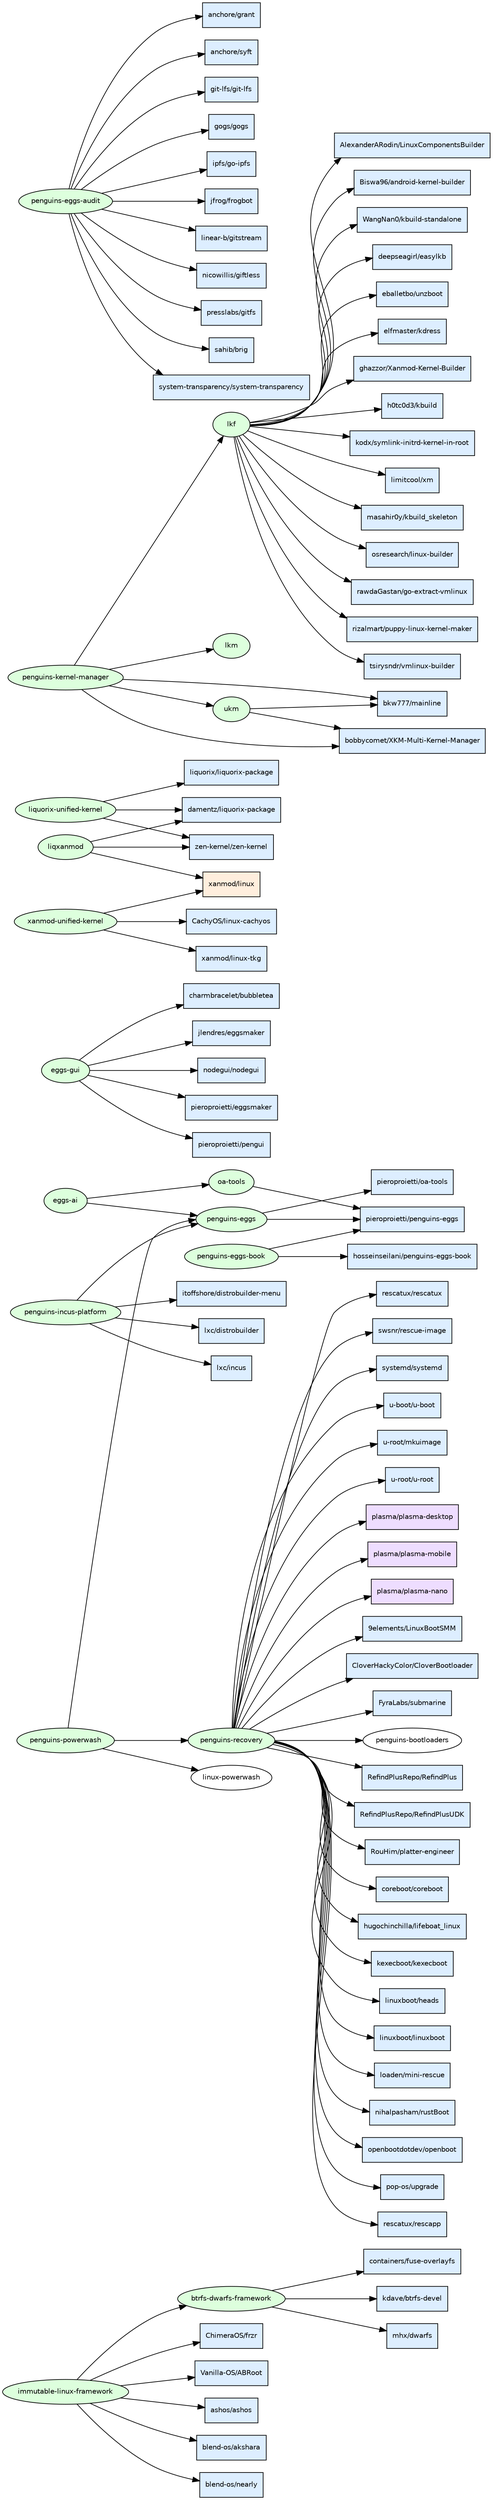
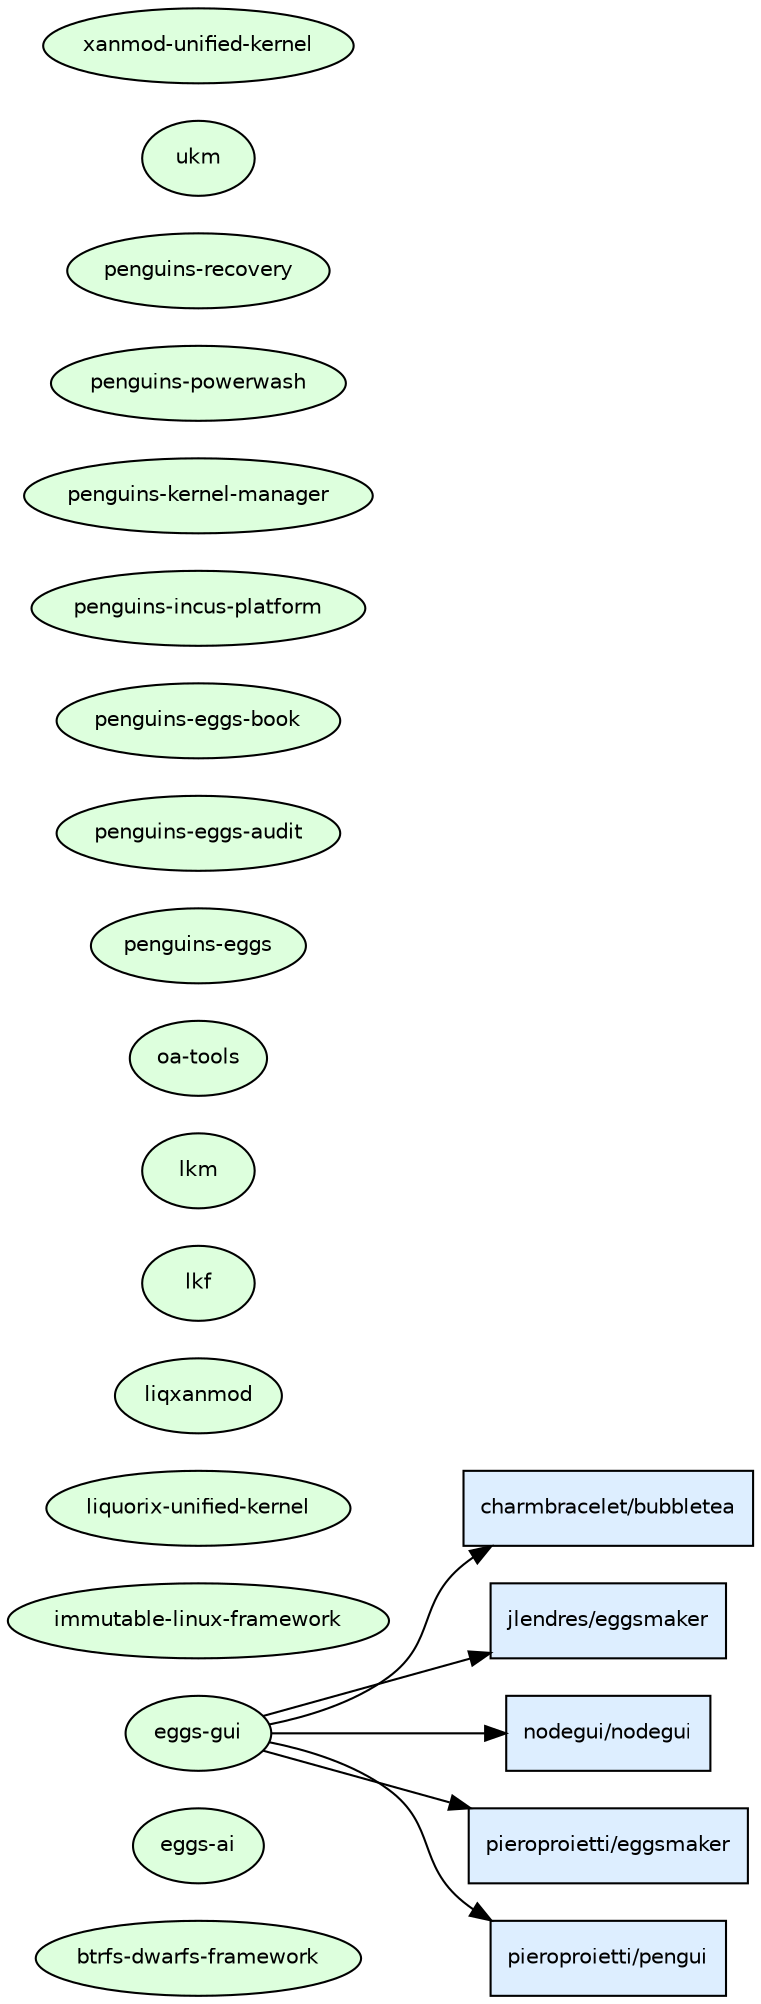
digraph osp_origins {
  rankdir=LR;
  node [fontname="Helvetica", fontsize=10];
  edge [fontsize=8];

  // OSP-bound repos (source nodes)
  "btrfs-dwarfs-framework" [shape=ellipse, style=filled, fillcolor="#ddffdd"];
  "eggs-ai" [shape=ellipse, style=filled, fillcolor="#ddffdd"];
  "eggs-gui" [shape=ellipse, style=filled, fillcolor="#ddffdd"];
  "immutable-linux-framework" [shape=ellipse, style=filled, fillcolor="#ddffdd"];
  "liquorix-unified-kernel" [shape=ellipse, style=filled, fillcolor="#ddffdd"];
  "liqxanmod" [shape=ellipse, style=filled, fillcolor="#ddffdd"];
  "lkf" [shape=ellipse, style=filled, fillcolor="#ddffdd"];
  "lkm" [shape=ellipse, style=filled, fillcolor="#ddffdd"];
  "oa-tools" [shape=ellipse, style=filled, fillcolor="#ddffdd"];
  "penguins-eggs" [shape=ellipse, style=filled, fillcolor="#ddffdd"];
  "penguins-eggs-audit" [shape=ellipse, style=filled, fillcolor="#ddffdd"];
  "penguins-eggs-book" [shape=ellipse, style=filled, fillcolor="#ddffdd"];
  "penguins-incus-platform" [shape=ellipse, style=filled, fillcolor="#ddffdd"];
  "penguins-kernel-manager" [shape=ellipse, style=filled, fillcolor="#ddffdd"];
  "penguins-powerwash" [shape=ellipse, style=filled, fillcolor="#ddffdd"];
  "penguins-recovery" [shape=ellipse, style=filled, fillcolor="#ddffdd"];
  "ukm" [shape=ellipse, style=filled, fillcolor="#ddffdd"];
  "xanmod-unified-kernel" [shape=ellipse, style=filled, fillcolor="#ddffdd"];

  // Edges and external nodes
-   "containers__fuse-overlayfs" [label="containers/fuse-overlayfs", shape=box, style=filled, fillcolor="#ddeeff"];
-   "btrfs-dwarfs-framework" -> "containers__fuse-overlayfs";
-   "kdave__btrfs-devel" [label="kdave/btrfs-devel", shape=box, style=filled, fillcolor="#ddeeff"];
-   "btrfs-dwarfs-framework" -> "kdave__btrfs-devel";
-   "mhx__dwarfs" [label="mhx/dwarfs", shape=box, style=filled, fillcolor="#ddeeff"];
-   "btrfs-dwarfs-framework" -> "mhx__dwarfs";
-   "eggs-ai" -> "oa-tools";
-   "eggs-ai" -> "penguins-eggs";
  "charmbracelet__bubbletea" [label="charmbracelet/bubbletea", shape=box, style=filled, fillcolor="#ddeeff"];
  "eggs-gui" -> "charmbracelet__bubbletea";
  "jlendres__eggsmaker" [label="jlendres/eggsmaker", shape=box, style=filled, fillcolor="#ddeeff"];
  "eggs-gui" -> "jlendres__eggsmaker";
  "nodegui__nodegui" [label="nodegui/nodegui", shape=box, style=filled, fillcolor="#ddeeff"];
  "eggs-gui" -> "nodegui__nodegui";
  "pieroproietti__eggsmaker" [label="pieroproietti/eggsmaker", shape=box, style=filled, fillcolor="#ddeeff"];
  "eggs-gui" -> "pieroproietti__eggsmaker";
  "pieroproietti__pengui" [label="pieroproietti/pengui", shape=box, style=filled, fillcolor="#ddeeff"];
  "eggs-gui" -> "pieroproietti__pengui";
-   "ChimeraOS__frzr" [label="ChimeraOS/frzr", shape=box, style=filled, fillcolor="#ddeeff"];
-   "immutable-linux-framework" -> "ChimeraOS__frzr";
-   "immutable-linux-framework" -> "btrfs-dwarfs-framework";
-   "Vanilla-OS__ABRoot" [label="Vanilla-OS/ABRoot", shape=box, style=filled, fillcolor="#ddeeff"];
-   "immutable-linux-framework" -> "Vanilla-OS__ABRoot";
-   "ashos__ashos" [label="ashos/ashos", shape=box, style=filled, fillcolor="#ddeeff"];
-   "immutable-linux-framework" -> "ashos__ashos";
-   "blend-os__akshara" [label="blend-os/akshara", shape=box, style=filled, fillcolor="#ddeeff"];
-   "immutable-linux-framework" -> "blend-os__akshara";
-   "blend-os__nearly" [label="blend-os/nearly", shape=box, style=filled, fillcolor="#ddeeff"];
-   "immutable-linux-framework" -> "blend-os__nearly";
-   "damentz__liquorix-package" [label="damentz/liquorix-package", shape=box, style=filled, fillcolor="#ddeeff"];
-   "liquorix-unified-kernel" -> "damentz__liquorix-package";
-   "liquorix__liquorix-package" [label="liquorix/liquorix-package", shape=box, style=filled, fillcolor="#ddeeff"];
-   "liquorix-unified-kernel" -> "liquorix__liquorix-package";
-   "zen-kernel__zen-kernel" [label="zen-kernel/zen-kernel", shape=box, style=filled, fillcolor="#ddeeff"];
-   "liquorix-unified-kernel" -> "zen-kernel__zen-kernel";
-   "liqxanmod" -> "damentz__liquorix-package";
-   "liqxanmod" -> "zen-kernel__zen-kernel";
-   "xanmod__linux" [label="xanmod/linux", shape=box, style=filled, fillcolor="#ffeedd"];
-   "liqxanmod" -> "xanmod__linux";
-   "AlexanderARodin__LinuxComponentsBuilder" [label="AlexanderARodin/LinuxComponentsBuilder", shape=box, style=filled, fillcolor="#ddeeff"];
-   "lkf" -> "AlexanderARodin__LinuxComponentsBuilder";
-   "Biswa96__android-kernel-builder" [label="Biswa96/android-kernel-builder", shape=box, style=filled, fillcolor="#ddeeff"];
-   "lkf" -> "Biswa96__android-kernel-builder";
-   "WangNan0__kbuild-standalone" [label="WangNan0/kbuild-standalone", shape=box, style=filled, fillcolor="#ddeeff"];
-   "lkf" -> "WangNan0__kbuild-standalone";
-   "deepseagirl__easylkb" [label="deepseagirl/easylkb", shape=box, style=filled, fillcolor="#ddeeff"];
-   "lkf" -> "deepseagirl__easylkb";
-   "eballetbo__unzboot" [label="eballetbo/unzboot", shape=box, style=filled, fillcolor="#ddeeff"];
-   "lkf" -> "eballetbo__unzboot";
-   "elfmaster__kdress" [label="elfmaster/kdress", shape=box, style=filled, fillcolor="#ddeeff"];
-   "lkf" -> "elfmaster__kdress";
-   "ghazzor__Xanmod-Kernel-Builder" [label="ghazzor/Xanmod-Kernel-Builder", shape=box, style=filled, fillcolor="#ddeeff"];
-   "lkf" -> "ghazzor__Xanmod-Kernel-Builder";
-   "h0tc0d3__kbuild" [label="h0tc0d3/kbuild", shape=box, style=filled, fillcolor="#ddeeff"];
-   "lkf" -> "h0tc0d3__kbuild";
-   "kodx__symlink-initrd-kernel-in-root" [label="kodx/symlink-initrd-kernel-in-root", shape=box, style=filled, fillcolor="#ddeeff"];
-   "lkf" -> "kodx__symlink-initrd-kernel-in-root";
-   "limitcool__xm" [label="limitcool/xm", shape=box, style=filled, fillcolor="#ddeeff"];
-   "lkf" -> "limitcool__xm";
-   "masahir0y__kbuild_skeleton" [label="masahir0y/kbuild_skeleton", shape=box, style=filled, fillcolor="#ddeeff"];
-   "lkf" -> "masahir0y__kbuild_skeleton";
-   "osresearch__linux-builder" [label="osresearch/linux-builder", shape=box, style=filled, fillcolor="#ddeeff"];
-   "lkf" -> "osresearch__linux-builder";
-   "rawdaGastan__go-extract-vmlinux" [label="rawdaGastan/go-extract-vmlinux", shape=box, style=filled, fillcolor="#ddeeff"];
-   "lkf" -> "rawdaGastan__go-extract-vmlinux";
-   "rizalmart__puppy-linux-kernel-maker" [label="rizalmart/puppy-linux-kernel-maker", shape=box, style=filled, fillcolor="#ddeeff"];
-   "lkf" -> "rizalmart__puppy-linux-kernel-maker";
-   "tsirysndr__vmlinux-builder" [label="tsirysndr/vmlinux-builder", shape=box, style=filled, fillcolor="#ddeeff"];
-   "lkf" -> "tsirysndr__vmlinux-builder";
-   "pieroproietti__penguins-eggs" [label="pieroproietti/penguins-eggs", shape=box, style=filled, fillcolor="#ddeeff"];
-   "oa-tools" -> "pieroproietti__penguins-eggs";
-   "pieroproietti__oa-tools" [label="pieroproietti/oa-tools", shape=box, style=filled, fillcolor="#ddeeff"];
-   "penguins-eggs" -> "pieroproietti__oa-tools";
-   "penguins-eggs" -> "pieroproietti__penguins-eggs";
-   "anchore__grant" [label="anchore/grant", shape=box, style=filled, fillcolor="#ddeeff"];
-   "penguins-eggs-audit" -> "anchore__grant";
-   "anchore__syft" [label="anchore/syft", shape=box, style=filled, fillcolor="#ddeeff"];
-   "penguins-eggs-audit" -> "anchore__syft";
-   "git-lfs__git-lfs" [label="git-lfs/git-lfs", shape=box, style=filled, fillcolor="#ddeeff"];
-   "penguins-eggs-audit" -> "git-lfs__git-lfs";
-   "gogs__gogs" [label="gogs/gogs", shape=box, style=filled, fillcolor="#ddeeff"];
-   "penguins-eggs-audit" -> "gogs__gogs";
-   "ipfs__go-ipfs" [label="ipfs/go-ipfs", shape=box, style=filled, fillcolor="#ddeeff"];
-   "penguins-eggs-audit" -> "ipfs__go-ipfs";
-   "jfrog__frogbot" [label="jfrog/frogbot", shape=box, style=filled, fillcolor="#ddeeff"];
-   "penguins-eggs-audit" -> "jfrog__frogbot";
-   "linear-b__gitstream" [label="linear-b/gitstream", shape=box, style=filled, fillcolor="#ddeeff"];
-   "penguins-eggs-audit" -> "linear-b__gitstream";
-   "nicowillis__giftless" [label="nicowillis/giftless", shape=box, style=filled, fillcolor="#ddeeff"];
-   "penguins-eggs-audit" -> "nicowillis__giftless";
-   "presslabs__gitfs" [label="presslabs/gitfs", shape=box, style=filled, fillcolor="#ddeeff"];
-   "penguins-eggs-audit" -> "presslabs__gitfs";
-   "sahib__brig" [label="sahib/brig", shape=box, style=filled, fillcolor="#ddeeff"];
-   "penguins-eggs-audit" -> "sahib__brig";
-   "system-transparency__system-transparency" [label="system-transparency/system-transparency", shape=box, style=filled, fillcolor="#ddeeff"];
-   "penguins-eggs-audit" -> "system-transparency__system-transparency";
-   "hosseinseilani__penguins-eggs-book" [label="hosseinseilani/penguins-eggs-book", shape=box, style=filled, fillcolor="#ddeeff"];
-   "penguins-eggs-book" -> "hosseinseilani__penguins-eggs-book";
-   "penguins-eggs-book" -> "pieroproietti__penguins-eggs";
-   "penguins-incus-platform" -> "penguins-eggs";
-   "itoffshore__distrobuilder-menu" [label="itoffshore/distrobuilder-menu", shape=box, style=filled, fillcolor="#ddeeff"];
-   "penguins-incus-platform" -> "itoffshore__distrobuilder-menu";
-   "lxc__distrobuilder" [label="lxc/distrobuilder", shape=box, style=filled, fillcolor="#ddeeff"];
-   "penguins-incus-platform" -> "lxc__distrobuilder";
-   "lxc__incus" [label="lxc/incus", shape=box, style=filled, fillcolor="#ddeeff"];
-   "penguins-incus-platform" -> "lxc__incus";
-   "penguins-kernel-manager" -> "lkf";
-   "penguins-kernel-manager" -> "lkm";
-   "penguins-kernel-manager" -> "ukm";
-   "bkw777__mainline" [label="bkw777/mainline", shape=box, style=filled, fillcolor="#ddeeff"];
-   "penguins-kernel-manager" -> "bkw777__mainline";
-   "bobbycomet__XKM-Multi-Kernel-Manager" [label="bobbycomet/XKM-Multi-Kernel-Manager", shape=box, style=filled, fillcolor="#ddeeff"];
-   "penguins-kernel-manager" -> "bobbycomet__XKM-Multi-Kernel-Manager";
-   "penguins-powerwash" -> "linux-powerwash";
-   "penguins-powerwash" -> "penguins-eggs";
-   "penguins-powerwash" -> "penguins-recovery";
-   "9elements__LinuxBootSMM" [label="9elements/LinuxBootSMM", shape=box, style=filled, fillcolor="#ddeeff"];
-   "penguins-recovery" -> "9elements__LinuxBootSMM";
-   "CloverHackyColor__CloverBootloader" [label="CloverHackyColor/CloverBootloader", shape=box, style=filled, fillcolor="#ddeeff"];
-   "penguins-recovery" -> "CloverHackyColor__CloverBootloader";
-   "FyraLabs__submarine" [label="FyraLabs/submarine", shape=box, style=filled, fillcolor="#ddeeff"];
-   "penguins-recovery" -> "FyraLabs__submarine";
-   "penguins-recovery" -> "penguins-bootloaders";
-   "RefindPlusRepo__RefindPlus" [label="RefindPlusRepo/RefindPlus", shape=box, style=filled, fillcolor="#ddeeff"];
-   "penguins-recovery" -> "RefindPlusRepo__RefindPlus";
-   "RefindPlusRepo__RefindPlusUDK" [label="RefindPlusRepo/RefindPlusUDK", shape=box, style=filled, fillcolor="#ddeeff"];
-   "penguins-recovery" -> "RefindPlusRepo__RefindPlusUDK";
-   "RouHim__platter-engineer" [label="RouHim/platter-engineer", shape=box, style=filled, fillcolor="#ddeeff"];
-   "penguins-recovery" -> "RouHim__platter-engineer";
-   "coreboot__coreboot" [label="coreboot/coreboot", shape=box, style=filled, fillcolor="#ddeeff"];
-   "penguins-recovery" -> "coreboot__coreboot";
-   "hugochinchilla__lifeboat_linux" [label="hugochinchilla/lifeboat_linux", shape=box, style=filled, fillcolor="#ddeeff"];
-   "penguins-recovery" -> "hugochinchilla__lifeboat_linux";
-   "kexecboot__kexecboot" [label="kexecboot/kexecboot", shape=box, style=filled, fillcolor="#ddeeff"];
-   "penguins-recovery" -> "kexecboot__kexecboot";
-   "linuxboot__heads" [label="linuxboot/heads", shape=box, style=filled, fillcolor="#ddeeff"];
-   "penguins-recovery" -> "linuxboot__heads";
-   "linuxboot__linuxboot" [label="linuxboot/linuxboot", shape=box, style=filled, fillcolor="#ddeeff"];
-   "penguins-recovery" -> "linuxboot__linuxboot";
-   "loaden__mini-rescue" [label="loaden/mini-rescue", shape=box, style=filled, fillcolor="#ddeeff"];
-   "penguins-recovery" -> "loaden__mini-rescue";
-   "nihalpasham__rustBoot" [label="nihalpasham/rustBoot", shape=box, style=filled, fillcolor="#ddeeff"];
-   "penguins-recovery" -> "nihalpasham__rustBoot";
-   "openbootdotdev__openboot" [label="openbootdotdev/openboot", shape=box, style=filled, fillcolor="#ddeeff"];
-   "penguins-recovery" -> "openbootdotdev__openboot";
-   "pop-os__upgrade" [label="pop-os/upgrade", shape=box, style=filled, fillcolor="#ddeeff"];
-   "penguins-recovery" -> "pop-os__upgrade";
-   "rescatux__rescapp" [label="rescatux/rescapp", shape=box, style=filled, fillcolor="#ddeeff"];
-   "penguins-recovery" -> "rescatux__rescapp";
-   "rescatux__rescatux" [label="rescatux/rescatux", shape=box, style=filled, fillcolor="#ddeeff"];
-   "penguins-recovery" -> "rescatux__rescatux";
-   "swsnr__rescue-image" [label="swsnr/rescue-image", shape=box, style=filled, fillcolor="#ddeeff"];
-   "penguins-recovery" -> "swsnr__rescue-image";
-   "systemd__systemd" [label="systemd/systemd", shape=box, style=filled, fillcolor="#ddeeff"];
-   "penguins-recovery" -> "systemd__systemd";
-   "u-boot__u-boot" [label="u-boot/u-boot", shape=box, style=filled, fillcolor="#ddeeff"];
-   "penguins-recovery" -> "u-boot__u-boot";
-   "u-root__mkuimage" [label="u-root/mkuimage", shape=box, style=filled, fillcolor="#ddeeff"];
-   "penguins-recovery" -> "u-root__mkuimage";
-   "u-root__u-root" [label="u-root/u-root", shape=box, style=filled, fillcolor="#ddeeff"];
-   "penguins-recovery" -> "u-root__u-root";
-   "plasma__plasma-desktop" [label="plasma/plasma-desktop", shape=box, style=filled, fillcolor="#eeddff"];
-   "penguins-recovery" -> "plasma__plasma-desktop";
-   "plasma__plasma-mobile" [label="plasma/plasma-mobile", shape=box, style=filled, fillcolor="#eeddff"];
-   "penguins-recovery" -> "plasma__plasma-mobile";
-   "plasma__plasma-nano" [label="plasma/plasma-nano", shape=box, style=filled, fillcolor="#eeddff"];
-   "penguins-recovery" -> "plasma__plasma-nano";
-   "ukm" -> "bkw777__mainline";
-   "ukm" -> "bobbycomet__XKM-Multi-Kernel-Manager";
-   "CachyOS__linux-cachyos" [label="CachyOS/linux-cachyos", shape=box, style=filled, fillcolor="#ddeeff"];
-   "xanmod-unified-kernel" -> "CachyOS__linux-cachyos";
-   "xanmod__linux-tkg" [label="xanmod/linux-tkg", shape=box, style=filled, fillcolor="#ddeeff"];
-   "xanmod-unified-kernel" -> "xanmod__linux-tkg";
-   "xanmod-unified-kernel" -> "xanmod__linux";

}
